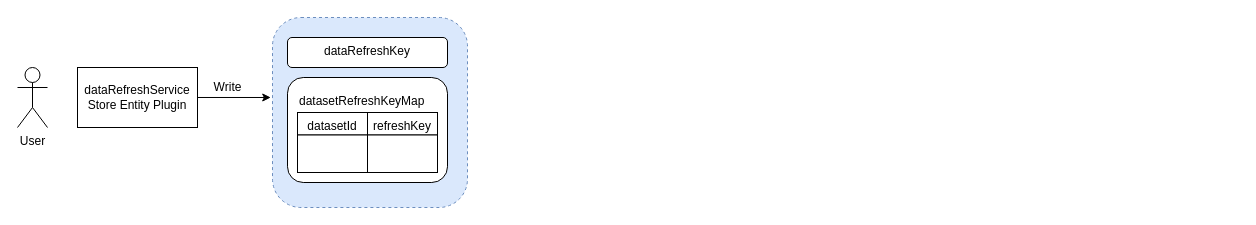
Before: Untitled Diagram.drawio in windsonic/files, a draw.io diagram. Source tidied: cells renumbered, new cells numbered last; positions are measured from the earlier drawing's top-left corner, leaving out a move shared by most shapes. Both pictures are drawn from the tidied source at 100%, with x=0, y=0 at pixel (17, 17).
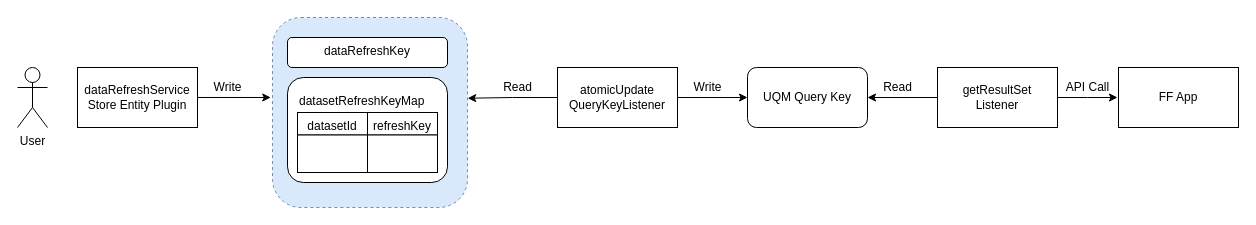
The same diagram, later.

Unchanged cells that the change refers to:
```xml
<mxCell id="4" style="rounded=1;whiteSpace=wrap;html=1;verticalAlign=top;fillColor=#dae8fc;strokeColor=#6c8ebf;dashed=1;" parent="1" vertex="1">
  <mxGeometry x="255" width="195" height="190" as="geometry" />
</mxCell>
```

What changed in the source:
```diff
@@
+    <mxCell id="15" style="edgeStyle=orthogonalEdgeStyle;rounded=0;jettySize=auto;html=1;entryX=1.001;entryY=0.425;entryDx=0;entryDy=0;entryPerimeter=0;" parent="1" edge="1" source="17" target="4">
+      <mxGeometry relative="1" as="geometry" />
+    </mxCell>
+    <mxCell id="16" style="edgeStyle=orthogonalEdgeStyle;rounded=0;jettySize=auto;html=1;entryX=0;entryY=0.5;entryDx=0;entryDy=0;" parent="1" edge="1" source="17" target="19">
+      <mxGeometry relative="1" as="geometry" />
+    </mxCell>
+    <mxCell id="17" value="atomicUpdate&lt;br&gt;QueryKeyListener" style="rounded=0;whiteSpace=wrap;html=1;verticalAlign=middle;align=center;" parent="1" vertex="1">
+      <mxGeometry x="540" y="50" width="120" height="60" as="geometry" />
+    </mxCell>
+    <mxCell id="18" value="Read" style="text;html=1;align=center;verticalAlign=middle;strokeColor=none;" parent="1" vertex="1">
+      <mxGeometry x="480" y="60" width="40" height="20" as="geometry" />
+    </mxCell>
+    <mxCell id="19" value="UQM Query Key" style="rounded=1;whiteSpace=wrap;html=1;verticalAlign=middle;" parent="1" vertex="1">
+      <mxGeometry x="730" y="50" width="120" height="60" as="geometry" />
+    </mxCell>
+    <mxCell id="20" style="edgeStyle=orthogonalEdgeStyle;rounded=0;jettySize=auto;html=1;entryX=1;entryY=0.5;entryDx=0;entryDy=0;" parent="1" edge="1" source="22" target="19">
+      <mxGeometry relative="1" as="geometry" />
+    </mxCell>
+    <mxCell id="21" style="edgeStyle=orthogonalEdgeStyle;rounded=0;jettySize=auto;html=1;" parent="1" edge="1" source="22">
+      <mxGeometry relative="1" as="geometry">
+        <mxPoint x="1100" y="80" as="targetPoint" />
+      </mxGeometry>
+    </mxCell>
+    <mxCell id="22" value="getResultSet&lt;br&gt;Listener" style="rounded=0;whiteSpace=wrap;html=1;verticalAlign=middle;" parent="1" vertex="1">
+      <mxGeometry x="920" y="50" width="120" height="60" as="geometry" />
+    </mxCell>
+    <mxCell id="23" value="FF App" style="rounded=0;whiteSpace=wrap;html=1;verticalAlign=middle;" parent="1" vertex="1">
+      <mxGeometry x="1101" y="50" width="120" height="60" as="geometry" />
+    </mxCell>
+    <mxCell id="24" value="Write" style="text;html=1;align=center;verticalAlign=middle;strokeColor=none;" parent="1" vertex="1">
+      <mxGeometry x="670" y="60" width="40" height="20" as="geometry" />
+    </mxCell>
+    <mxCell id="25" value="Read" style="text;html=1;align=center;verticalAlign=middle;strokeColor=none;" parent="1" vertex="1">
+      <mxGeometry x="860" y="60" width="40" height="20" as="geometry" />
+    </mxCell>
+    <mxCell id="26" value="API Call" style="text;html=1;align=center;verticalAlign=middle;strokeColor=none;" parent="1" vertex="1">
+      <mxGeometry x="1040" y="60" width="60" height="20" as="geometry" />
+    </mxCell>
```
